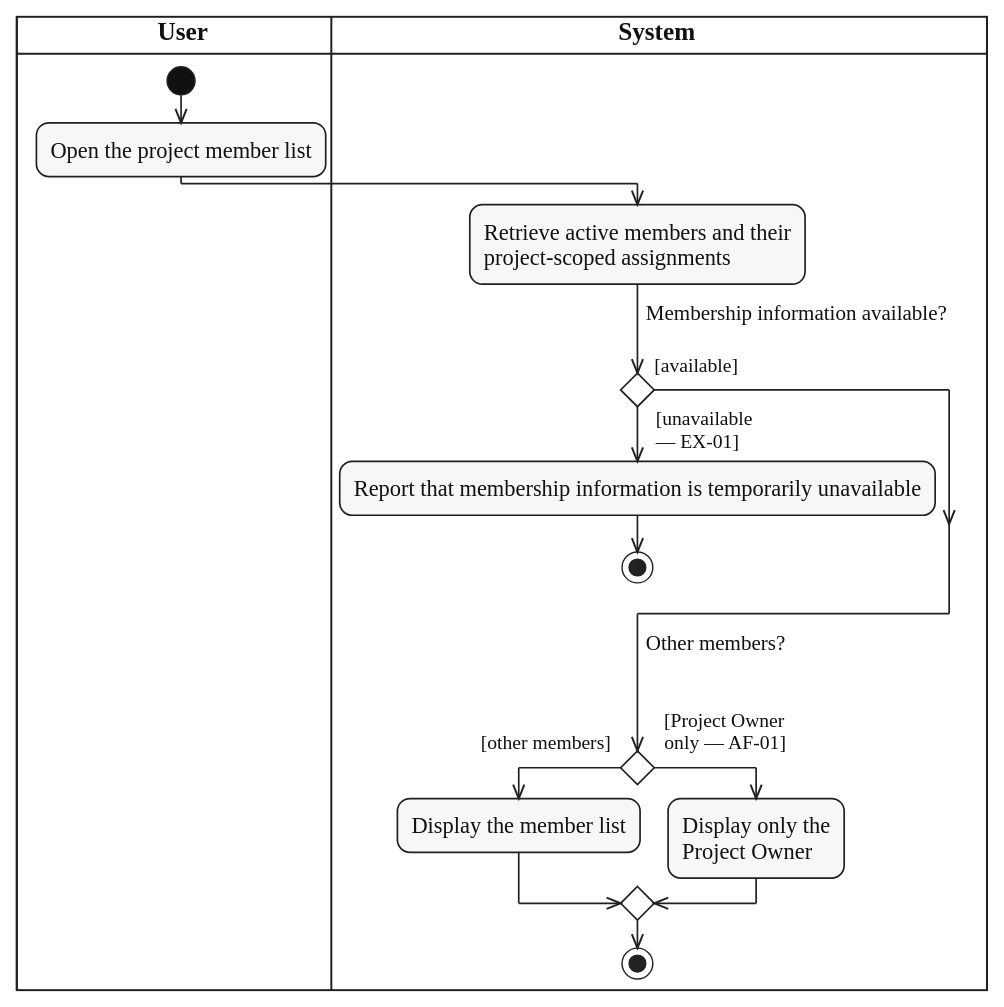
This is diagrams/activity/project-membership/svg/UC-PROJECT-MEMBERS-VIEW.svg from lukenab/swd392-doc-automation, a PlantUML export, as it was before one commit. Its source is kept beside it as diagrams/activity/project-membership/source/UC-PROJECT-MEMBERS-VIEW.puml. The source it was exported from:
```plantuml
@startuml UC-PROJECT-MEMBERS-VIEW
!include ../../_shared/activity-style.puml

|USR| $lane_title("User")
|SYS| $lane_title("System")

|USR|
start
:Open the project member list;
|SYS|
:Retrieve active members and their
project-scoped assignments;
if ($question("Membership information available?")) then ($guard_left("[available]"))
else ($guard_right("[unavailable", "— EX-01]"))
  :Report that membership information is temporarily unavailable;
  stop
endif
if ($question_x("Other members?")) then ($guard_left("[other members]"))
  :Display the member list;
else ($guard_right("[Project Owner", "only — AF-01]"))
  :Display only the
  Project Owner;
endif
stop
@enduml
```
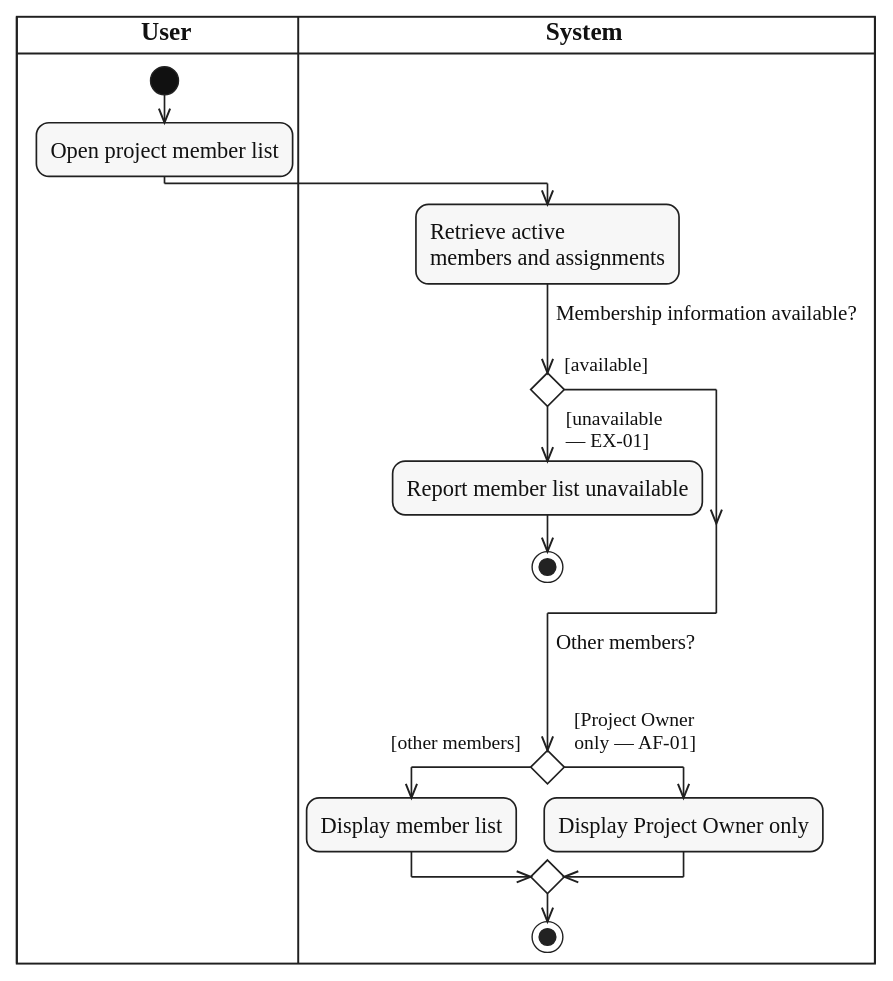
Above is the later version.

Change to the diagram source:
```diff
@@ -6,20 +6,19 @@
 
 |USR|
 start
-:Open the project member list;
+:Open project member list;
 |SYS|
-:Retrieve active members and their
-project-scoped assignments;
+:Retrieve active
+members and assignments;
 if ($question("Membership information available?")) then ($guard_left("[available]"))
 else ($guard_right("[unavailable", "— EX-01]"))
-  :Report that membership information is temporarily unavailable;
+  :Report member list unavailable;
   stop
 endif
 if ($question_x("Other members?")) then ($guard_left("[other members]"))
-  :Display the member list;
+  :Display member list;
 else ($guard_right("[Project Owner", "only — AF-01]"))
-  :Display only the
-  Project Owner;
+  :Display Project Owner only;
 endif
 stop
 @enduml
```
